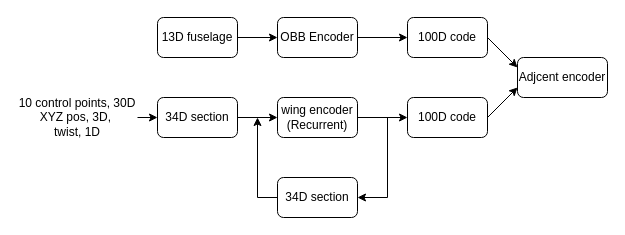
Earlier version of the draw.io diagram models/proposed.drawio (Stevenkerman27/GRASS-plane). Source tidied: cells renumbered, new cells numbered last; positions are measured from the earlier drawing's top-left corner, leaving out a move shared by most shapes. Both pictures are drawn from the tidied source at 100%, with x=0, y=0 at pixel (17, 17).
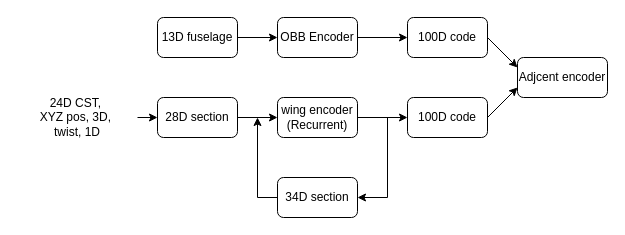
The same page after the edit.

Change to the diagram source:
```diff
@@
-    <mxCell id="6" value="10 control points, 30D&lt;div&gt;XYZ pos, 3D,&amp;nbsp;&lt;/div&gt;&lt;div&gt;twist, 1D&lt;/div&gt;" style="text;html=1;whiteSpace=wrap;strokeColor=none;fillColor=none;align=center;verticalAlign=middle;rounded=0;" parent="1" vertex="1">
+    <mxCell id="6" value="24D CST,&amp;nbsp;&lt;div&gt;XYZ pos, 3D,&amp;nbsp;&lt;/div&gt;&lt;div&gt;twist, 1D&lt;/div&gt;" style="text;html=1;whiteSpace=wrap;strokeColor=none;fillColor=none;align=center;verticalAlign=middle;rounded=0;" parent="1" vertex="1">
       <mxGeometry y="70" width="120" height="60" as="geometry" />
     </mxCell>
-    <mxCell id="7" value="34D section" style="rounded=1;whiteSpace=wrap;html=1;" parent="1" vertex="1">
+    <mxCell id="7" value="28D section" style="rounded=1;whiteSpace=wrap;html=1;" parent="1" vertex="1">
       <mxGeometry x="140" y="80" width="80" height="40" as="geometry" />
     </mxCell>
```
